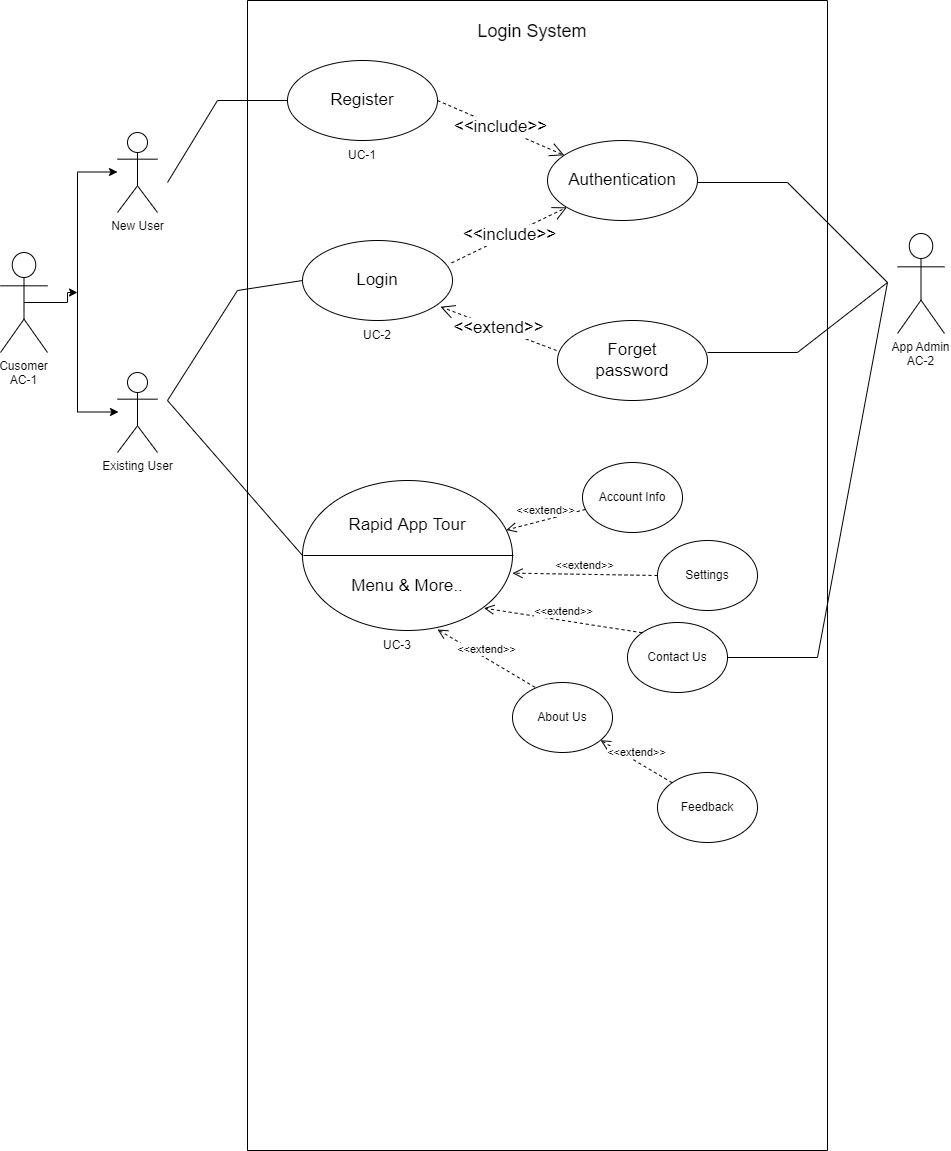
BhavishyaBhojwani/Event-Management-System keeps this draw.io diagram as Login_form.drawio.png. Above is the earlier version. Source tidied: cells renumbered, new cells last; positions are measured from the earlier drawing's top-left corner, leaving out a move shared by most shapes.
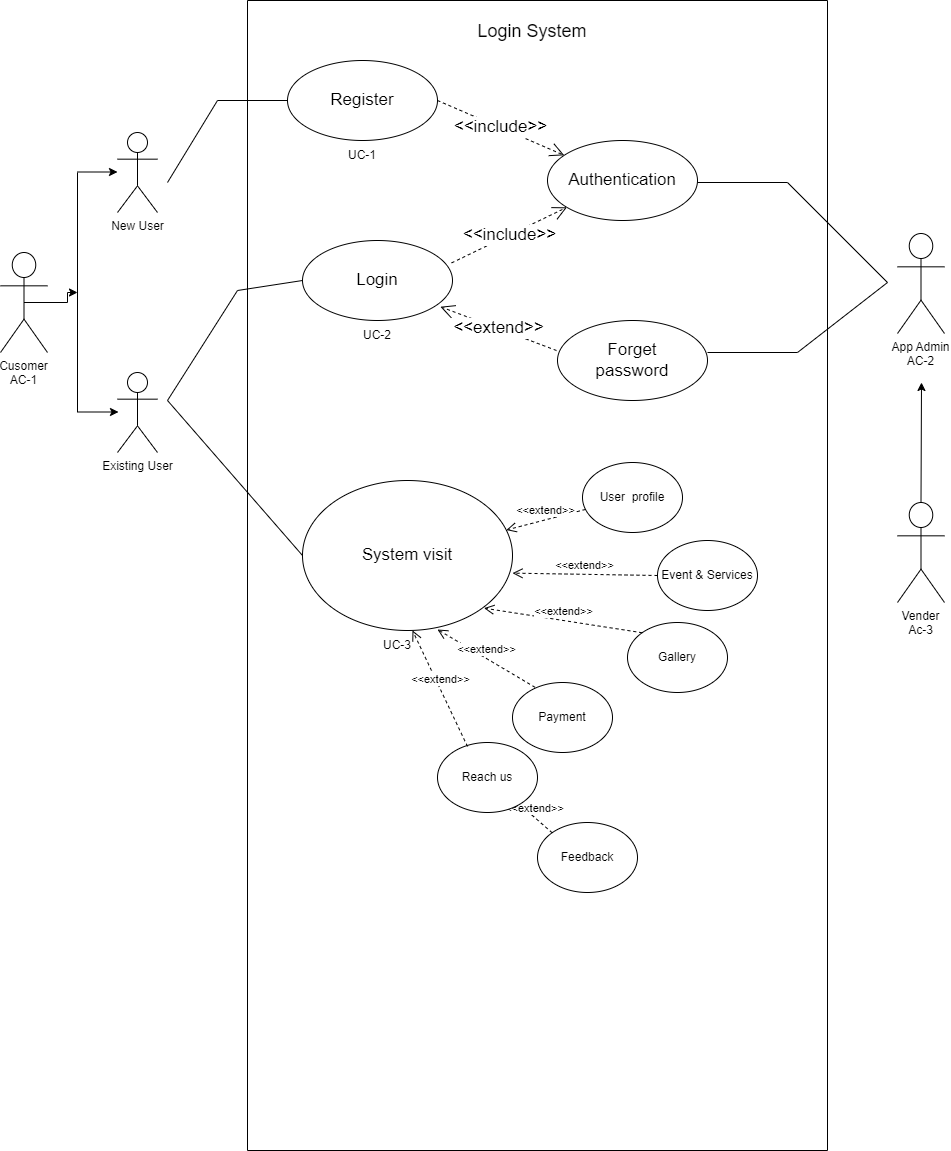
Later version of the same file.

The edit, as a diff of the source:
```diff
@@ -79,28 +79,28 @@
         </Array>
       </mxGeometry>
     </mxCell>
-    <mxCell id="19" value="Rapid App Tour&lt;br&gt;&lt;br&gt;&lt;br&gt;Menu &amp;amp; More.." style="ellipse;whiteSpace=wrap;html=1;fontSize=17;" parent="9" vertex="1">
+    <mxCell id="19" value="System visit" style="ellipse;whiteSpace=wrap;html=1;fontSize=17;" parent="9" vertex="1">
       <mxGeometry x="55" y="480" width="210" height="150" as="geometry" />
     </mxCell>
-    <mxCell id="20" style="endArrow=none;html=1;rounded=0;exitX=0;exitY=0.5;exitDx=0;exitDy=0;entryX=1;entryY=0.5;entryDx=0;entryDy=0;" parent="9" edge="1">
+    <mxCell id="20" style="endArrow=none;html=1;rounded=0;exitX=0;exitY=0.5;exitDx=0;exitDy=0;" parent="9" edge="1">
       <mxGeometry relative="1" as="geometry">
         <mxPoint x="56" y="555" as="sourcePoint" />
-        <mxPoint x="266" y="555" as="targetPoint" />
+        <mxPoint x="56" y="555" as="targetPoint" />
       </mxGeometry>
     </mxCell>
     <mxCell id="21" value="&amp;lt;&amp;lt;extend&amp;gt;&amp;gt;" style="html=1;verticalAlign=bottom;endArrow=open;dashed=1;endSize=8;rounded=0;" parent="9" edge="1" source="22" target="19">
       <mxGeometry relative="1" as="geometry" />
     </mxCell>
-    <mxCell id="22" value="Account Info" style="ellipse;whiteSpace=wrap;html=1;" parent="9" vertex="1">
+    <mxCell id="22" value="User&amp;nbsp; profile" style="ellipse;whiteSpace=wrap;html=1;" parent="9" vertex="1">
       <mxGeometry x="335" y="462" width="100" height="70" as="geometry" />
     </mxCell>
-    <mxCell id="23" value="Settings" style="ellipse;whiteSpace=wrap;html=1;" parent="9" vertex="1">
+    <mxCell id="23" value="Event &amp;amp; Services" style="ellipse;whiteSpace=wrap;html=1;" parent="9" vertex="1">
       <mxGeometry x="410" y="540" width="100" height="70" as="geometry" />
     </mxCell>
-    <mxCell id="24" value="Contact Us" style="ellipse;whiteSpace=wrap;html=1;" parent="9" vertex="1">
+    <mxCell id="24" value="Gallery" style="ellipse;whiteSpace=wrap;html=1;" parent="9" vertex="1">
       <mxGeometry x="380" y="622" width="100" height="70" as="geometry" />
     </mxCell>
-    <mxCell id="25" value="About Us" style="ellipse;whiteSpace=wrap;html=1;" parent="9" vertex="1">
+    <mxCell id="25" value="Payment" style="ellipse;whiteSpace=wrap;html=1;" parent="9" vertex="1">
       <mxGeometry x="265" y="682" width="100" height="70" as="geometry" />
     </mxCell>
     <mxCell id="26" value="&amp;lt;&amp;lt;extend&amp;gt;&amp;gt;" style="html=1;verticalAlign=bottom;endArrow=open;dashed=1;endSize=8;rounded=0;exitX=0;exitY=0.5;exitDx=0;exitDy=0;" parent="9" edge="1" source="23">
@@ -119,10 +119,12 @@
       </mxGeometry>
     </mxCell>
     <mxCell id="29" value="Feedback" style="ellipse;whiteSpace=wrap;html=1;" parent="9" vertex="1">
-      <mxGeometry x="410" y="772" width="100" height="70" as="geometry" />
+      <mxGeometry x="290" y="822" width="100" height="70" as="geometry" />
     </mxCell>
-    <mxCell id="30" value="&amp;lt;&amp;lt;extend&amp;gt;&amp;gt;" style="html=1;verticalAlign=bottom;endArrow=open;dashed=1;endSize=8;rounded=0;exitX=0;exitY=0;exitDx=0;exitDy=0;" parent="9" edge="1" source="29" target="25">
-      <mxGeometry relative="1" as="geometry" />
+    <mxCell id="30" value="&amp;lt;&amp;lt;extend&amp;gt;&amp;gt;" style="html=1;verticalAlign=bottom;endArrow=open;dashed=1;endSize=8;rounded=0;exitX=0;exitY=0;exitDx=0;exitDy=0;" parent="9" edge="1" source="29">
+      <mxGeometry relative="1" as="geometry">
+        <mxPoint x="270" y="802" as="targetPoint" />
+      </mxGeometry>
     </mxCell>
     <mxCell id="31" style="endArrow=none;html=1;rounded=0;" parent="9" edge="1">
       <mxGeometry relative="1" as="geometry">
@@ -147,16 +149,23 @@
     <mxCell id="35" value="UC-3" style="text;html=1;strokeColor=none;fillColor=none;align=center;verticalAlign=middle;whiteSpace=wrap;rounded=0;" parent="9" vertex="1">
       <mxGeometry x="120" y="630" width="60" height="30" as="geometry" />
     </mxCell>
+    <mxCell id="38" value="Reach us" style="ellipse;whiteSpace=wrap;html=1;" parent="9" vertex="1">
+      <mxGeometry x="190" y="742" width="100" height="70" as="geometry" />
+    </mxCell>
+    <mxCell id="39" value="&amp;lt;&amp;lt;extend&amp;gt;&amp;gt;" style="html=1;verticalAlign=bottom;endArrow=open;dashed=1;endSize=8;rounded=0;exitX=0.3;exitY=0.057;exitDx=0;exitDy=0;entryX=0.75;entryY=0;entryDx=0;entryDy=0;exitPerimeter=0;" parent="9" edge="1" source="38" target="35">
+      <mxGeometry relative="1" as="geometry" />
+    </mxCell>
     <mxCell id="36" value="App Admin&#10;AC-2" style="shape=umlActor;verticalLabelPosition=bottom;verticalAlign=top;" parent="1" vertex="1">
       <mxGeometry x="897" y="233" width="47" height="100" as="geometry" />
     </mxCell>
-    <mxCell id="37" style="endArrow=none;html=1;rounded=0;exitX=1;exitY=0.5;exitDx=0;exitDy=0;" parent="1" edge="1" source="24">
-      <mxGeometry relative="1" as="geometry">
-        <mxPoint x="887" y="282" as="targetPoint" />
-        <Array as="points">
-          <mxPoint x="817" y="657" />
-        </Array>
-      </mxGeometry>
-    </mxCell>
+    <mxCell id="40" value="Vender&#10;Ac-3" style="shape=umlActor;verticalLabelPosition=bottom;verticalAlign=top;" parent="1" vertex="1">
+      <mxGeometry x="897" y="502" width="47" height="100" as="geometry" />
+    </mxCell>
+    <mxCell id="41" style="endArrow=classic;html=1;rounded=0;exitX=0.5;exitY=0;exitDx=0;exitDy=0;exitPerimeter=0;" parent="1" edge="1">
+      <mxGeometry relative="1" as="geometry">
+        <mxPoint x="920.5" y="502" as="sourcePoint" />
+        <mxPoint x="921" y="382" as="targetPoint" />
+      </mxGeometry>
+    </mxCell>
   </root>
 </mxGraphModel>
```
